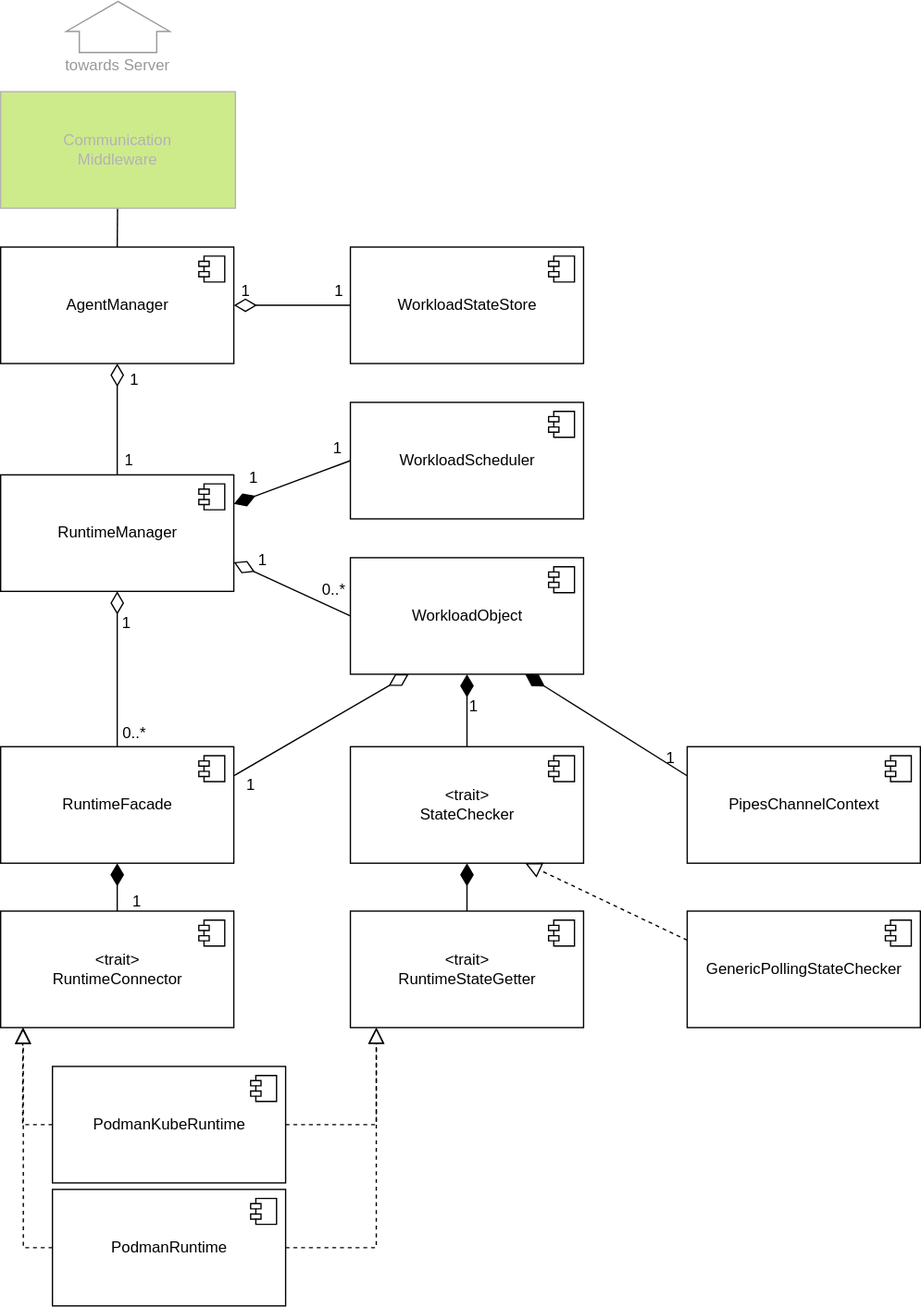
Before: agent/doc/swdesign/drawio/unit_overview.drawio.svg, a diagram exported from draw.io (eclipse-ankaios/ankaios). Source tidied: cells renumbered, new cells last; positions are measured from the earlier drawing's top-left corner, leaving out a move shared by most shapes. Its diagram source:
```xml
<mxGraphModel>
  <root>
    <mxCell id="0" />
    <mxCell id="1" parent="0" />
    <mxCell id="2" value="AgentManager" style="html=1;" parent="1" vertex="1">
      <mxGeometry y="210" width="180" height="90" as="geometry" />
    </mxCell>
    <mxCell id="3" style="shape=module;jettyWidth=8;jettyHeight=4;" parent="2" vertex="1">
      <mxGeometry x="1" width="20" height="20" relative="1" as="geometry">
        <mxPoint x="-27" y="7" as="offset" />
      </mxGeometry>
    </mxCell>
    <mxCell id="4" value="RuntimeManager" style="html=1;" parent="1" vertex="1">
      <mxGeometry y="386" width="180" height="90" as="geometry" />
    </mxCell>
    <mxCell id="5" style="shape=module;jettyWidth=8;jettyHeight=4;" parent="4" vertex="1">
      <mxGeometry x="1" width="20" height="20" relative="1" as="geometry">
        <mxPoint x="-27" y="7" as="offset" />
      </mxGeometry>
    </mxCell>
    <mxCell id="6" value="RuntimeFacade" style="html=1;" parent="1" vertex="1">
      <mxGeometry y="596" width="180" height="90" as="geometry" />
    </mxCell>
    <mxCell id="7" style="shape=module;jettyWidth=8;jettyHeight=4;" parent="6" vertex="1">
      <mxGeometry x="1" width="20" height="20" relative="1" as="geometry">
        <mxPoint x="-27" y="7" as="offset" />
      </mxGeometry>
    </mxCell>
    <mxCell id="8" style="edgeStyle=none;html=1;entryX=0.5;entryY=0;entryDx=0;entryDy=0;startArrow=diamondThin;startFill=0;endArrow=none;endFill=0;startSize=15;endSize=10;exitX=0.5;exitY=1;exitDx=0;exitDy=0;" parent="1" edge="1" source="4" target="6">
      <mxGeometry relative="1" as="geometry" />
    </mxCell>
    <mxCell id="9" value="&amp;lt;trait&amp;gt;&lt;br&gt;RuntimeConnector" style="html=1;" parent="1" vertex="1">
      <mxGeometry y="723" width="180" height="90" as="geometry" />
    </mxCell>
    <mxCell id="10" style="shape=module;jettyWidth=8;jettyHeight=4;" parent="9" vertex="1">
      <mxGeometry x="1" width="20" height="20" relative="1" as="geometry">
        <mxPoint x="-27" y="7" as="offset" />
      </mxGeometry>
    </mxCell>
    <mxCell id="11" style="edgeStyle=none;html=1;entryX=0.5;entryY=0;entryDx=0;entryDy=0;startArrow=diamondThin;startFill=1;endArrow=none;endFill=0;startSize=15;endSize=10;exitX=0.5;exitY=1;exitDx=0;exitDy=0;" parent="1" edge="1" source="6" target="9">
      <mxGeometry relative="1" as="geometry" />
    </mxCell>
    <mxCell id="12" value="PodmanRuntime" style="html=1;" parent="1" vertex="1">
      <mxGeometry x="40" y="938" width="180" height="90" as="geometry" />
    </mxCell>
    <mxCell id="13" style="shape=module;jettyWidth=8;jettyHeight=4;" parent="12" vertex="1">
      <mxGeometry x="1" width="20" height="20" relative="1" as="geometry">
        <mxPoint x="-27" y="7" as="offset" />
      </mxGeometry>
    </mxCell>
    <mxCell id="14" value="PodmanKubeRuntime" style="html=1;" parent="1" vertex="1">
      <mxGeometry x="40" y="843" width="180" height="90" as="geometry" />
    </mxCell>
    <mxCell id="15" style="shape=module;jettyWidth=8;jettyHeight=4;" parent="14" vertex="1">
      <mxGeometry x="1" width="20" height="20" relative="1" as="geometry">
        <mxPoint x="-27" y="7" as="offset" />
      </mxGeometry>
    </mxCell>
    <mxCell id="16" style="edgeStyle=orthogonalEdgeStyle;html=1;startArrow=none;startFill=0;endArrow=block;endFill=0;startSize=15;endSize=10;entryX=0.097;entryY=1.001;entryDx=0;entryDy=0;dashed=1;exitX=0;exitY=0.5;exitDx=0;exitDy=0;rounded=0;entryPerimeter=0;" parent="1" edge="1" source="12" target="9">
      <mxGeometry relative="1" as="geometry" />
    </mxCell>
    <mxCell id="17" style="edgeStyle=none;html=1;startArrow=none;startFill=0;endArrow=block;endFill=0;startSize=15;endSize=10;dashed=1;exitX=0;exitY=0.5;exitDx=0;exitDy=0;rounded=0;entryX=0.095;entryY=1.001;entryDx=0;entryDy=0;entryPerimeter=0;" parent="1" edge="1" source="14" target="9">
      <mxGeometry relative="1" as="geometry">
        <Array as="points">
          <mxPoint x="17" y="888" />
        </Array>
      </mxGeometry>
    </mxCell>
    <mxCell id="18" value="WorkloadObject" style="html=1;" parent="1" vertex="1">
      <mxGeometry x="270" y="450" width="180" height="90" as="geometry" />
    </mxCell>
    <mxCell id="19" style="shape=module;jettyWidth=8;jettyHeight=4;" parent="18" vertex="1">
      <mxGeometry x="1" width="20" height="20" relative="1" as="geometry">
        <mxPoint x="-27" y="7" as="offset" />
      </mxGeometry>
    </mxCell>
    <mxCell id="20" style="edgeStyle=none;html=1;entryX=0;entryY=0.5;entryDx=0;entryDy=0;startArrow=diamondThin;startFill=0;endArrow=none;endFill=0;startSize=15;endSize=10;exitX=1;exitY=0.75;exitDx=0;exitDy=0;" parent="1" edge="1" source="4" target="18">
      <mxGeometry relative="1" as="geometry" />
    </mxCell>
    <mxCell id="21" style="edgeStyle=none;html=1;entryX=1;entryY=0.25;entryDx=0;entryDy=0;startArrow=diamondThin;startFill=0;endArrow=none;endFill=0;startSize=15;endSize=10;exitX=0.25;exitY=1;exitDx=0;exitDy=0;" parent="1" edge="1" source="18" target="6">
      <mxGeometry relative="1" as="geometry" />
    </mxCell>
    <mxCell id="22" value="&amp;lt;trait&amp;gt;&lt;br&gt;StateChecker" style="html=1;" parent="1" vertex="1">
      <mxGeometry x="270" y="596" width="180" height="90" as="geometry" />
    </mxCell>
    <mxCell id="23" style="shape=module;jettyWidth=8;jettyHeight=4;" parent="22" vertex="1">
      <mxGeometry x="1" width="20" height="20" relative="1" as="geometry">
        <mxPoint x="-27" y="7" as="offset" />
      </mxGeometry>
    </mxCell>
    <mxCell id="24" style="edgeStyle=none;html=1;entryX=0.5;entryY=0;entryDx=0;entryDy=0;startArrow=diamondThin;startFill=1;endArrow=none;endFill=0;startSize=15;endSize=10;exitX=0.5;exitY=1;exitDx=0;exitDy=0;" parent="1" edge="1" source="18" target="22">
      <mxGeometry relative="1" as="geometry" />
    </mxCell>
    <mxCell id="25" value="&amp;lt;trait&amp;gt;&lt;br&gt;RuntimeStateGetter" style="html=1;" parent="1" vertex="1">
      <mxGeometry x="270" y="723" width="180" height="90" as="geometry" />
    </mxCell>
    <mxCell id="26" style="shape=module;jettyWidth=8;jettyHeight=4;" parent="25" vertex="1">
      <mxGeometry x="1" width="20" height="20" relative="1" as="geometry">
        <mxPoint x="-27" y="7" as="offset" />
      </mxGeometry>
    </mxCell>
    <mxCell id="27" style="edgeStyle=none;html=1;entryX=0.5;entryY=0;entryDx=0;entryDy=0;startArrow=diamondThin;startFill=1;endArrow=none;endFill=0;startSize=15;endSize=10;exitX=0.5;exitY=1;exitDx=0;exitDy=0;" parent="1" edge="1" source="22" target="25">
      <mxGeometry relative="1" as="geometry" />
    </mxCell>
    <mxCell id="28" style="edgeStyle=orthogonalEdgeStyle;html=1;startArrow=none;startFill=0;endArrow=block;endFill=0;startSize=15;endSize=10;dashed=1;exitX=1;exitY=0.5;exitDx=0;exitDy=0;rounded=0;" parent="1" edge="1" source="12">
      <mxGeometry relative="1" as="geometry">
        <mxPoint x="290" y="813" as="targetPoint" />
      </mxGeometry>
    </mxCell>
    <mxCell id="29" style="edgeStyle=orthogonalEdgeStyle;html=1;startArrow=none;startFill=0;endArrow=block;endFill=0;startSize=15;endSize=10;entryX=0.098;entryY=1.013;entryDx=0;entryDy=0;dashed=1;exitX=1;exitY=0.5;exitDx=0;exitDy=0;rounded=0;entryPerimeter=0;" parent="1" edge="1" source="14">
      <mxGeometry relative="1" as="geometry">
        <mxPoint x="290" y="813" as="targetPoint" />
      </mxGeometry>
    </mxCell>
    <mxCell id="30" style="edgeStyle=none;html=1;entryX=0.5;entryY=0;entryDx=0;entryDy=0;startArrow=diamondThin;startFill=0;endArrow=none;endFill=0;startSize=15;endSize=10;exitX=0.5;exitY=1;exitDx=0;exitDy=0;" parent="1" edge="1" source="2" target="4">
      <mxGeometry relative="1" as="geometry" />
    </mxCell>
    <mxCell id="31" value="PipesChannelContext" style="html=1;" parent="1" vertex="1">
      <mxGeometry x="530" y="596" width="180" height="90" as="geometry" />
    </mxCell>
    <mxCell id="32" style="shape=module;jettyWidth=8;jettyHeight=4;" parent="31" vertex="1">
      <mxGeometry x="1" width="20" height="20" relative="1" as="geometry">
        <mxPoint x="-27" y="7" as="offset" />
      </mxGeometry>
    </mxCell>
    <mxCell id="33" style="edgeStyle=none;html=1;entryX=0;entryY=0.25;entryDx=0;entryDy=0;startArrow=diamondThin;startFill=1;endArrow=none;endFill=0;startSize=15;endSize=10;exitX=0.75;exitY=1;exitDx=0;exitDy=0;" parent="1" edge="1" source="18" target="31">
      <mxGeometry relative="1" as="geometry" />
    </mxCell>
    <mxCell id="34" value="GenericPollingStateChecker" style="html=1;" parent="1" vertex="1">
      <mxGeometry x="530" y="723" width="180" height="90" as="geometry" />
    </mxCell>
    <mxCell id="35" style="shape=module;jettyWidth=8;jettyHeight=4;" parent="34" vertex="1">
      <mxGeometry x="1" width="20" height="20" relative="1" as="geometry">
        <mxPoint x="-27" y="7" as="offset" />
      </mxGeometry>
    </mxCell>
    <mxCell id="36" style="html=1;startArrow=none;startFill=0;endArrow=block;endFill=0;startSize=15;endSize=10;dashed=1;exitX=0;exitY=0.25;exitDx=0;exitDy=0;rounded=0;entryX=0.75;entryY=1;entryDx=0;entryDy=0;" parent="1" edge="1" source="34" target="22">
      <mxGeometry relative="1" as="geometry" />
    </mxCell>
    <mxCell id="37" value="0..*" style="text;html=1;align=center;verticalAlign=middle;strokeColor=none;fillColor=none;" parent="1" vertex="1">
      <mxGeometry x="237" y="460" width="40" height="30" as="geometry" />
    </mxCell>
    <mxCell id="38" value="0..*" style="text;html=1;align=center;verticalAlign=middle;strokeColor=none;fillColor=none;" parent="1" vertex="1">
      <mxGeometry x="83" y="571" width="40" height="30" as="geometry" />
    </mxCell>
    <mxCell id="39" value="1" style="text;html=1;align=center;verticalAlign=middle;strokeColor=none;fillColor=none;" parent="1" vertex="1">
      <mxGeometry x="82" y="486" width="30" height="30" as="geometry" />
    </mxCell>
    <mxCell id="40" value="1" style="text;html=1;align=center;verticalAlign=middle;strokeColor=none;fillColor=none;" parent="1" vertex="1">
      <mxGeometry x="84" y="360" width="30" height="30" as="geometry" />
    </mxCell>
    <mxCell id="41" value="1" style="text;html=1;align=center;verticalAlign=middle;strokeColor=none;fillColor=none;" parent="1" vertex="1">
      <mxGeometry x="88" y="298" width="30" height="30" as="geometry" />
    </mxCell>
    <mxCell id="42" value="1" style="text;html=1;align=center;verticalAlign=middle;strokeColor=none;fillColor=none;" parent="1" vertex="1">
      <mxGeometry x="180" y="374" width="30" height="30" as="geometry" />
    </mxCell>
    <mxCell id="43" value="1" style="text;html=1;align=center;verticalAlign=middle;strokeColor=none;fillColor=none;" parent="1" vertex="1">
      <mxGeometry x="178" y="611" width="30" height="30" as="geometry" />
    </mxCell>
    <mxCell id="44" value="1" style="text;html=1;align=center;verticalAlign=middle;strokeColor=none;fillColor=none;" parent="1" vertex="1">
      <mxGeometry x="350" y="550" width="30" height="30" as="geometry" />
    </mxCell>
    <mxCell id="45" value="1" style="text;html=1;align=center;verticalAlign=middle;strokeColor=none;fillColor=none;" parent="1" vertex="1">
      <mxGeometry x="90" y="701" width="30" height="30" as="geometry" />
    </mxCell>
    <mxCell id="46" value="1" style="text;html=1;align=center;verticalAlign=middle;strokeColor=none;fillColor=none;" parent="1" vertex="1">
      <mxGeometry x="502" y="590" width="30" height="30" as="geometry" />
    </mxCell>
    <mxCell id="47" style="edgeStyle=none;html=1;entryX=0.5;entryY=0;entryDx=0;entryDy=0;endArrow=none;endFill=0;" parent="1" edge="1" source="48" target="2">
      <mxGeometry relative="1" as="geometry" />
    </mxCell>
    <mxCell id="48" value="Communication&lt;br&gt;Middleware" style="rounded=0;whiteSpace=wrap;html=1;fillColor=#cdeb8b;strokeColor=#B3B3B3;fontColor=#B3B3B3;" parent="1" vertex="1">
      <mxGeometry y="90" width="181.2" height="90" as="geometry" />
    </mxCell>
    <mxCell id="49" style="shape=singleArrow;direction=east;whiteSpace=wrap;html=1;arrowWidth=0.7464285714285722;arrowSize=0.5870841487279863;strokeColor=#999999;rotation=-90;" parent="1" vertex="1">
      <mxGeometry x="70.9" width="39.4" height="80" as="geometry" />
    </mxCell>
    <mxCell id="50" value="&lt;font color=&quot;#999999&quot;&gt;towards Server&lt;/font&gt;" style="text;html=1;align=center;verticalAlign=middle;fontColor=#9999999999999;" parent="1" vertex="1">
      <mxGeometry x="40" y="60" width="100" height="20" as="geometry" />
    </mxCell>
    <mxCell id="51" value="&lt;span style=&quot;&quot;&gt;WorkloadStateStore&lt;/span&gt;" style="html=1;" parent="1" vertex="1">
      <mxGeometry x="270" y="210" width="180" height="90" as="geometry" />
    </mxCell>
    <mxCell id="52" style="shape=module;jettyWidth=8;jettyHeight=4;" parent="51" vertex="1">
      <mxGeometry x="1" width="20" height="20" relative="1" as="geometry">
        <mxPoint x="-27" y="7" as="offset" />
      </mxGeometry>
    </mxCell>
    <mxCell id="53" style="edgeStyle=none;html=1;entryX=0;entryY=0.5;entryDx=0;entryDy=0;startArrow=diamondThin;startFill=0;endArrow=none;endFill=0;startSize=15;endSize=10;" parent="1" edge="1" source="2" target="51">
      <mxGeometry relative="1" as="geometry" />
    </mxCell>
    <mxCell id="54" value="1" style="text;html=1;align=center;verticalAlign=middle;strokeColor=none;fillColor=none;" parent="1" vertex="1">
      <mxGeometry x="174" y="229" width="30" height="30" as="geometry" />
    </mxCell>
    <mxCell id="55" value="1" style="text;html=1;align=center;verticalAlign=middle;strokeColor=none;fillColor=none;" parent="1" vertex="1">
      <mxGeometry x="246" y="229" width="30" height="30" as="geometry" />
    </mxCell>
    <mxCell id="56" value="WorkloadScheduler" style="html=1;" parent="1" vertex="1">
      <mxGeometry x="270" y="330" width="180" height="90" as="geometry" />
    </mxCell>
    <mxCell id="57" style="shape=module;jettyWidth=8;jettyHeight=4;" parent="56" vertex="1">
      <mxGeometry x="1" width="20" height="20" relative="1" as="geometry">
        <mxPoint x="-27" y="7" as="offset" />
      </mxGeometry>
    </mxCell>
    <mxCell id="58" style="edgeStyle=none;html=1;entryX=0;entryY=0.5;entryDx=0;entryDy=0;startArrow=diamondThin;startFill=1;endArrow=none;endFill=0;startSize=15;endSize=10;exitX=1;exitY=0.25;exitDx=0;exitDy=0;" parent="1" edge="1" source="4" target="56">
      <mxGeometry relative="1" as="geometry" />
    </mxCell>
    <mxCell id="59" value="1" style="text;html=1;align=center;verticalAlign=middle;strokeColor=none;fillColor=none;" parent="1" vertex="1">
      <mxGeometry x="245" y="351" width="30" height="30" as="geometry" />
    </mxCell>
    <mxCell id="60" value="1" style="text;html=1;align=center;verticalAlign=middle;strokeColor=none;fillColor=none;" parent="1" vertex="1">
      <mxGeometry x="187" y="437" width="30" height="30" as="geometry" />
    </mxCell>
  </root>
</mxGraphModel>
```
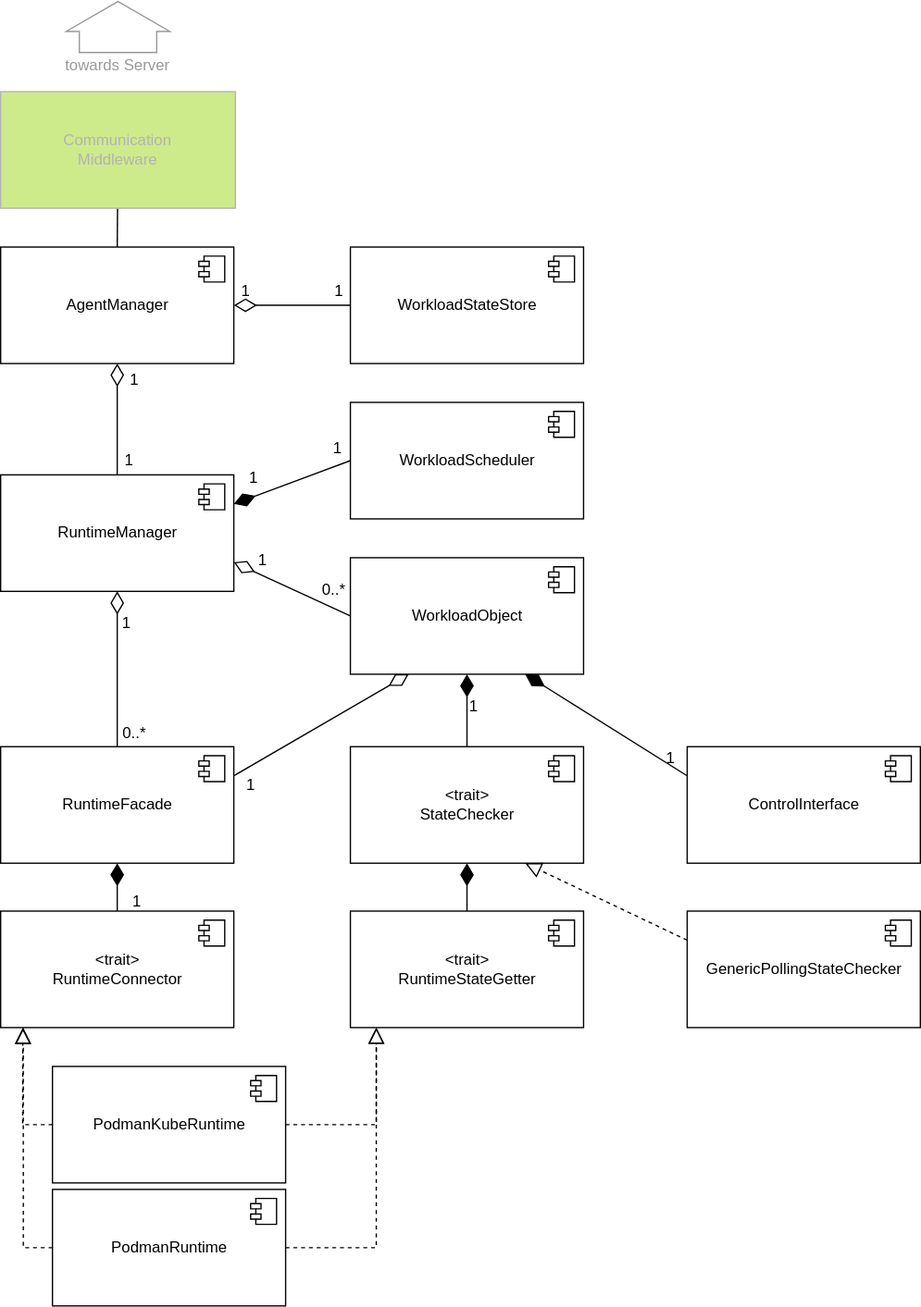
The same file after the commit.

Diff of the diagram source:
```diff
@@ -115,7 +115,7 @@
     <mxCell id="30" style="edgeStyle=none;html=1;entryX=0.5;entryY=0;entryDx=0;entryDy=0;startArrow=diamondThin;startFill=0;endArrow=none;endFill=0;startSize=15;endSize=10;exitX=0.5;exitY=1;exitDx=0;exitDy=0;" parent="1" edge="1" source="2" target="4">
       <mxGeometry relative="1" as="geometry" />
     </mxCell>
-    <mxCell id="31" value="PipesChannelContext" style="html=1;" parent="1" vertex="1">
+    <mxCell id="31" value="ControlInterface" style="html=1;" parent="1" vertex="1">
       <mxGeometry x="530" y="596" width="180" height="90" as="geometry" />
     </mxCell>
     <mxCell id="32" style="shape=module;jettyWidth=8;jettyHeight=4;" parent="31" vertex="1">
```
